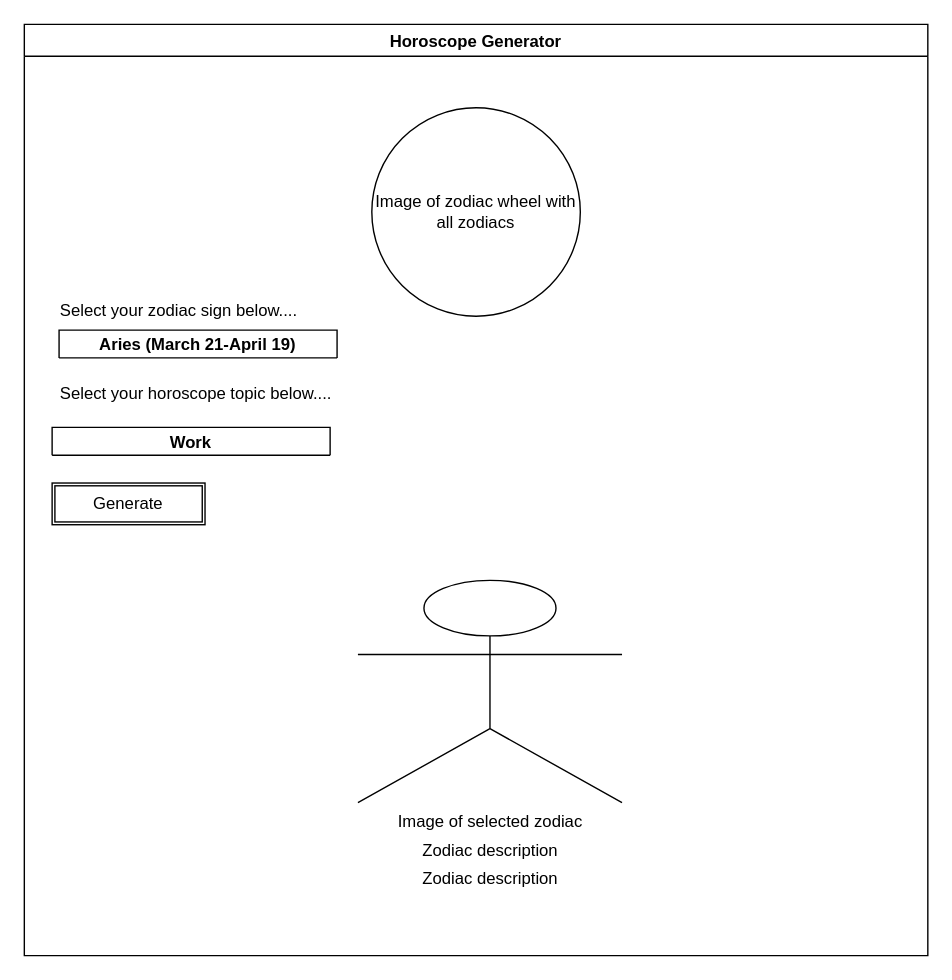
Claire-Bedrossian/ICS2O-Final-Project-Claire keeps this draw.io diagram as design/story-board.drawio. Above is the earlier version. Source tidied: cells renumbered, new cells numbered last; positions are measured from the earlier drawing's top-left corner, leaving out a move shared by most shapes. Both pictures are drawn from the tidied source at 139%, with x=0, y=0 at pixel (24, 24).
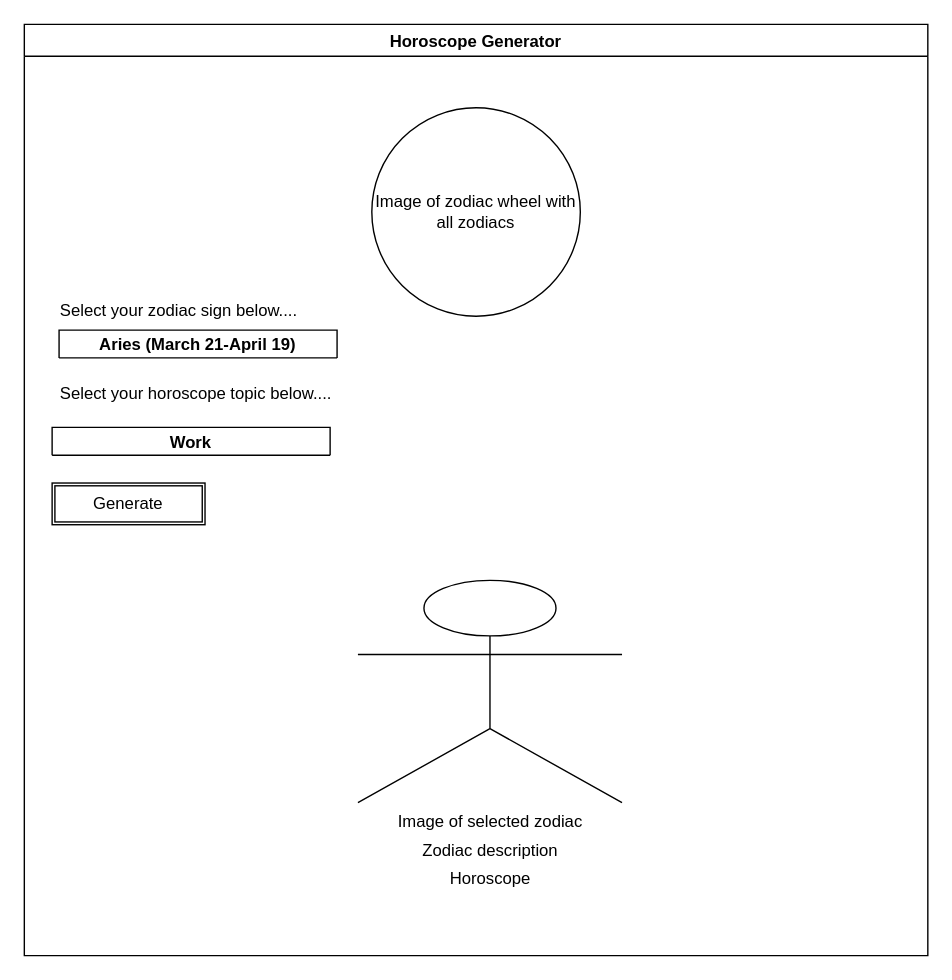
Above is the later version.

Commit message (it also covers changes not shown here):
finished flowchart and storyboard

Diff of the diagram source:
```diff
@@
 <mxGraphModel>
   <root>
     <mxCell id="0" />
     <mxCell id="1" parent="0" />
     <mxCell id="2" value="Horoscope Generator" style="swimlane;" parent="1" vertex="1">
       <mxGeometry width="650" height="670" as="geometry" />
     </mxCell>
     <mxCell id="3" value="Image of zodiac wheel with all zodiacs" style="ellipse;whiteSpace=wrap;html=1;" parent="2" vertex="1">
       <mxGeometry x="250" y="60" width="150" height="150" as="geometry" />
     </mxCell>
     <mxCell id="4" value="Select your zodiac sign below...." style="text;strokeColor=none;fillColor=none;align=left;verticalAlign=middle;spacingLeft=4;spacingRight=4;overflow=hidden;" parent="2" vertex="1">
       <mxGeometry x="20" y="190" width="210" height="30" as="geometry" />
     </mxCell>
     <mxCell id="5" value="Select your horoscope topic below...." style="text;strokeColor=none;fillColor=none;align=left;verticalAlign=middle;spacingLeft=4;spacingRight=4;overflow=hidden;" parent="2" vertex="1">
       <mxGeometry x="20" y="250" width="210" height="30" as="geometry" />
     </mxCell>
     <mxCell id="6" value="Aries (March 21-April 19)" style="swimlane;" parent="2" vertex="1">
       <mxGeometry x="25" y="220" width="200" height="20" as="geometry" />
     </mxCell>
     <mxCell id="7" value="Work" style="swimlane;" parent="2" vertex="1">
       <mxGeometry x="20" y="290" width="200" height="20" as="geometry" />
     </mxCell>
     <mxCell id="8" value="Generate" style="shape=ext;double=1;rounded=0;whiteSpace=wrap;html=1;" parent="2" vertex="1">
       <mxGeometry x="20" y="330" width="110" height="30" as="geometry" />
     </mxCell>
     <mxCell id="9" value="Image of selected zodiac" style="shape=umlActor;verticalLabelPosition=bottom;verticalAlign=top;html=1;" parent="2" vertex="1">
       <mxGeometry x="240" y="400" width="190" height="160" as="geometry" />
     </mxCell>
     <mxCell id="10" value="Zodiac description" style="text;html=1;strokeColor=none;fillColor=none;align=center;verticalAlign=middle;whiteSpace=wrap;rounded=0;" parent="2" vertex="1">
       <mxGeometry x="257.5" y="580" width="155" height="30" as="geometry" />
     </mxCell>
-    <mxCell id="11" value="Zodiac description" style="text;html=1;strokeColor=none;fillColor=none;align=center;verticalAlign=middle;whiteSpace=wrap;rounded=0;" parent="2" vertex="1">
+    <mxCell id="11" value="Horoscope" style="text;html=1;strokeColor=none;fillColor=none;align=center;verticalAlign=middle;whiteSpace=wrap;rounded=0;" parent="2" vertex="1">
       <mxGeometry x="257.5" y="600" width="155" height="30" as="geometry" />
     </mxCell>
   </root>
 </mxGraphModel>
```
